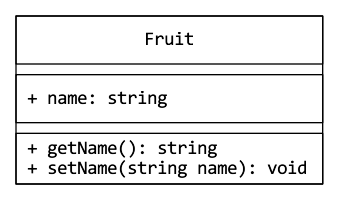
Jeanhwea/jeanhwea.github.io keeps this Graphviz diagram as static/image/2019/07/graph-class.png. Above is the earlier version. Its source is kept beside it as static/image/2019/07/graph-class.dot.
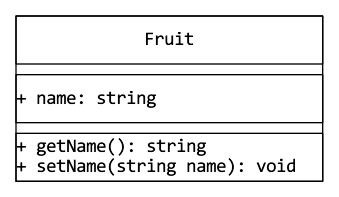
The same diagram one commit later.

The edit, as a diff of the source:
```diff
@@ -11,6 +11,8 @@
       shape=box;
       style=none;
       color=black;
+      pad=0;
+      margin=0;
       width=3.2;
     ];
     name [label="Fruit"];
```
